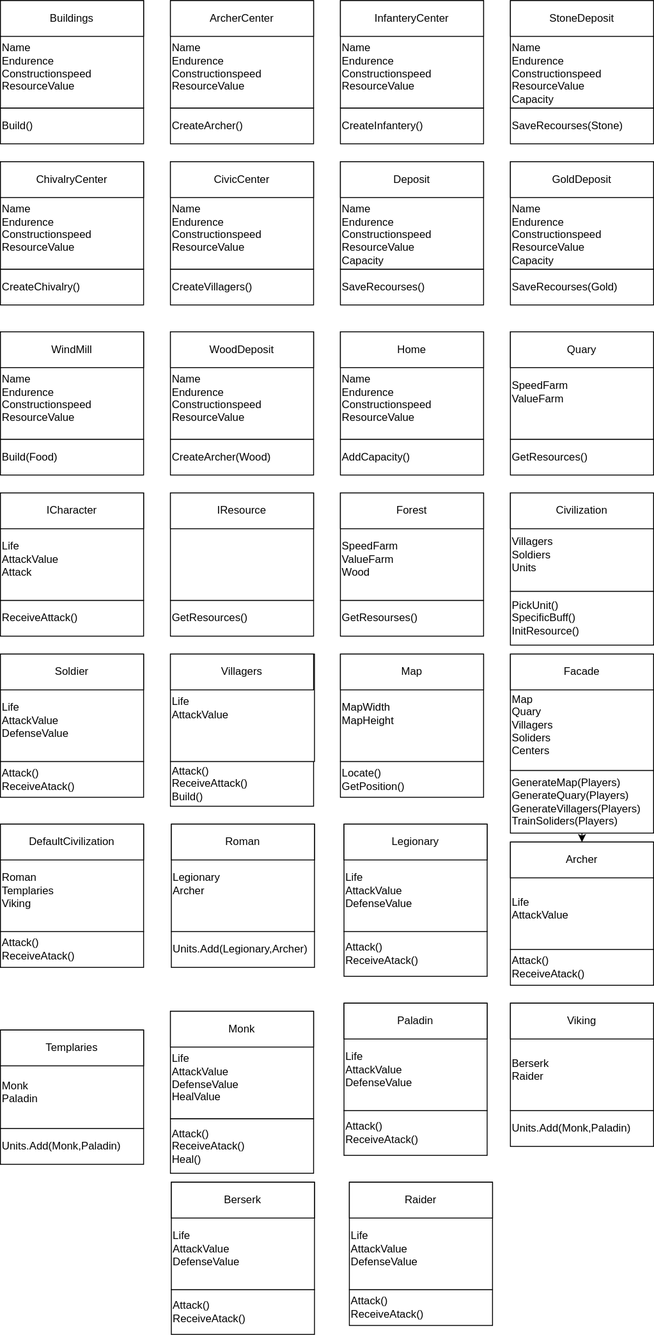
Earlier version of the draw.io export ClassLibrary1/FacadeDirectory/TarjetasCRC.svg (Christian-Curbelo-004/Age-Of-Empires-Project). Source tidied: cells renumbered, new cells last; positions are measured from the earlier drawing's top-left corner, leaving out a move shared by most shapes.
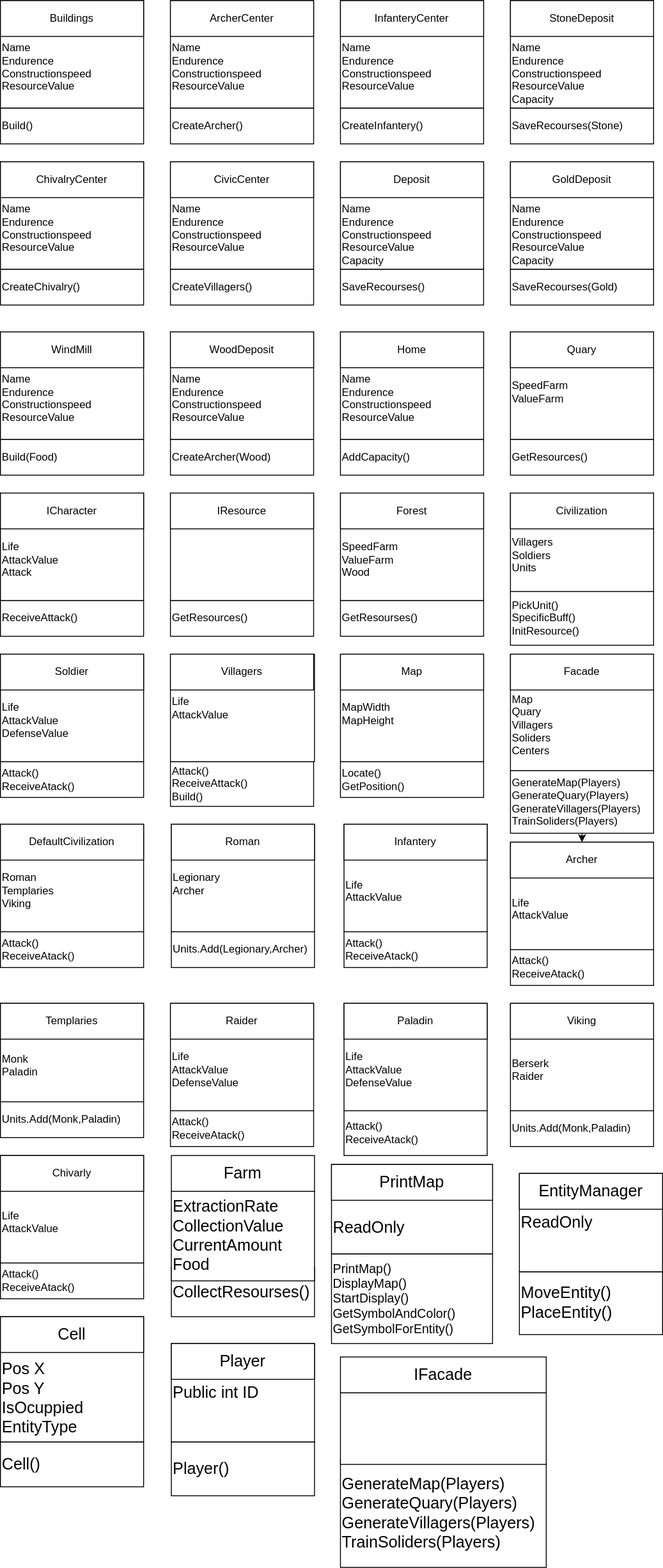
Later version of the same file.

What changed in the source:
```diff
@@ -194,15 +194,6 @@
     <mxCell id="65" value="Roman" style="rounded=0;whiteSpace=wrap;html=1;" parent="1" vertex="1">
       <mxGeometry x="191" y="920" width="160" height="40" as="geometry" />
     </mxCell>
-    <mxCell id="66" value="Attack()&lt;br&gt;ReceiveAtack()&lt;br&gt;" style="rounded=0;whiteSpace=wrap;html=1;align=left;" parent="1" vertex="1">
-      <mxGeometry x="384" y="1040" width="160" height="50" as="geometry" />
-    </mxCell>
-    <mxCell id="67" value="&lt;br&gt;&lt;br&gt;Life&lt;br&gt;AttackValue&lt;br&gt;DefenseValue" style="rounded=0;whiteSpace=wrap;html=1;align=left;" parent="1" vertex="1">
-      <mxGeometry x="384" y="920" width="160" height="120" as="geometry" />
-    </mxCell>
-    <mxCell id="68" value="Legionary" style="rounded=0;whiteSpace=wrap;html=1;" parent="1" vertex="1">
-      <mxGeometry x="384" y="920" width="160" height="40" as="geometry" />
-    </mxCell>
     <mxCell id="69" value="Attack()&lt;br&gt;ReceiveAtack()" style="rounded=0;whiteSpace=wrap;html=1;align=left;" parent="1" vertex="1">
       <mxGeometry x="570" y="1060" width="160" height="40" as="geometry" />
     </mxCell>
@@ -230,44 +221,26 @@
     <mxCell id="77" value="Paladin" style="rounded=0;whiteSpace=wrap;html=1;" parent="1" vertex="1">
       <mxGeometry x="384" y="1120" width="160" height="40" as="geometry" />
     </mxCell>
-    <mxCell id="78" value="Attack()&lt;br&gt;ReceiveAtack()&lt;br&gt;Heal()" style="rounded=0;whiteSpace=wrap;html=1;align=left;" parent="1" vertex="1">
-      <mxGeometry x="190" y="1249" width="160" height="61" as="geometry" />
-    </mxCell>
-    <mxCell id="79" value="&lt;br&gt;&lt;br&gt;Life&lt;br&gt;AttackValue&lt;br&gt;DefenseValue&lt;br&gt;HealValue" style="rounded=0;whiteSpace=wrap;html=1;align=left;" parent="1" vertex="1">
-      <mxGeometry x="190" y="1129" width="160" height="120" as="geometry" />
-    </mxCell>
-    <mxCell id="80" value="Monk" style="rounded=0;whiteSpace=wrap;html=1;" parent="1" vertex="1">
-      <mxGeometry x="190" y="1129" width="160" height="40" as="geometry" />
-    </mxCell>
     <mxCell id="81" value="Units.Add(Monk,Paladin)" style="rounded=0;whiteSpace=wrap;html=1;align=left;" parent="1" vertex="1">
-      <mxGeometry y="1260" width="160" height="40" as="geometry" />
+      <mxGeometry y="1230" width="160" height="40" as="geometry" />
     </mxCell>
     <mxCell id="82" value="&lt;br&gt;&lt;br&gt;Monk&lt;br&gt;Paladin" style="rounded=0;whiteSpace=wrap;html=1;align=left;" parent="1" vertex="1">
-      <mxGeometry y="1150" width="160" height="110" as="geometry" />
+      <mxGeometry y="1120" width="160" height="110" as="geometry" />
     </mxCell>
     <mxCell id="83" value="Templaries" style="rounded=0;whiteSpace=wrap;html=1;" parent="1" vertex="1">
-      <mxGeometry y="1150" width="160" height="40" as="geometry" />
+      <mxGeometry y="1120" width="160" height="40" as="geometry" />
     </mxCell>
-    <mxCell id="84" value="Attack()&lt;br&gt;ReceiveAtack()" style="rounded=0;whiteSpace=wrap;html=1;align=left;" parent="1" vertex="1">
-      <mxGeometry x="191" y="1440" width="160" height="50" as="geometry" />
-    </mxCell>
-    <mxCell id="85" value="&lt;br&gt;&lt;br&gt;Life&lt;br&gt;AttackValue&lt;br&gt;DefenseValue" style="rounded=0;whiteSpace=wrap;html=1;align=left;" parent="1" vertex="1">
-      <mxGeometry x="191" y="1320" width="160" height="120" as="geometry" />
-    </mxCell>
-    <mxCell id="86" value="Berserk" style="rounded=0;whiteSpace=wrap;html=1;" parent="1" vertex="1">
-      <mxGeometry x="191" y="1320" width="160" height="40" as="geometry" />
-    </mxCell>
     <mxCell id="87" style="edgeStyle=orthogonalEdgeStyle;rounded=0;jettySize=auto;html=1;" parent="1" edge="1" source="88" target="90">
       <mxGeometry relative="1" as="geometry" />
     </mxCell>
     <mxCell id="88" value="Attack()&lt;br&gt;ReceiveAtack()" style="rounded=0;whiteSpace=wrap;html=1;align=left;" parent="1" vertex="1">
-      <mxGeometry x="390" y="1440" width="160" height="40" as="geometry" />
+      <mxGeometry x="190" y="1240" width="160" height="40" as="geometry" />
     </mxCell>
     <mxCell id="89" value="&lt;br&gt;&lt;br&gt;Life&lt;br&gt;AttackValue&lt;br&gt;DefenseValue" style="rounded=0;whiteSpace=wrap;html=1;align=left;" parent="1" vertex="1">
-      <mxGeometry x="390" y="1320" width="160" height="120" as="geometry" />
+      <mxGeometry x="190" y="1120" width="160" height="120" as="geometry" />
     </mxCell>
     <mxCell id="90" value="Raider" style="rounded=0;whiteSpace=wrap;html=1;" parent="1" vertex="1">
-      <mxGeometry x="390" y="1320" width="160" height="40" as="geometry" />
+      <mxGeometry x="190" y="1120" width="160" height="40" as="geometry" />
     </mxCell>
     <mxCell id="91" value="Attack()&lt;br&gt;ReceiveAtack()" style="rounded=0;whiteSpace=wrap;html=1;align=left;" parent="1" vertex="1">
       <mxGeometry y="1040" width="160" height="40" as="geometry" />
@@ -281,5 +254,80 @@
     <mxCell id="94" style="edgeStyle=orthogonalEdgeStyle;rounded=0;orthogonalLoop=1;jettySize=auto;html=1;exitX=0.5;exitY=1;exitDx=0;exitDy=0;" parent="1" edge="1" source="62" target="62">
       <mxGeometry relative="1" as="geometry" />
     </mxCell>
+    <mxCell id="95" value="Attack()&lt;br&gt;ReceiveAtack()" style="rounded=0;whiteSpace=wrap;html=1;align=left;" parent="1" vertex="1">
+      <mxGeometry x="384" y="1040" width="160" height="40" as="geometry" />
+    </mxCell>
+    <mxCell id="96" value="&lt;br&gt;&lt;br&gt;Life&lt;br&gt;AttackValue&lt;br&gt;" style="rounded=0;whiteSpace=wrap;html=1;align=left;" parent="1" vertex="1">
+      <mxGeometry x="384" y="920" width="160" height="120" as="geometry" />
+    </mxCell>
+    <mxCell id="97" value="Infantery" style="rounded=0;whiteSpace=wrap;html=1;" parent="1" vertex="1">
+      <mxGeometry x="384" y="920" width="160" height="40" as="geometry" />
+    </mxCell>
+    <mxCell id="98" value="Attack()&lt;br&gt;ReceiveAtack()" style="rounded=0;whiteSpace=wrap;html=1;align=left;" parent="1" vertex="1">
+      <mxGeometry y="1410" width="160" height="40" as="geometry" />
+    </mxCell>
+    <mxCell id="99" value="&lt;br&gt;&lt;br&gt;Life&lt;br&gt;AttackValue&lt;br&gt;" style="rounded=0;whiteSpace=wrap;html=1;align=left;" parent="1" vertex="1">
+      <mxGeometry y="1290" width="160" height="120" as="geometry" />
+    </mxCell>
+    <mxCell id="100" value="Chivarly" style="rounded=0;whiteSpace=wrap;html=1;" parent="1" vertex="1">
+      <mxGeometry y="1290" width="160" height="40" as="geometry" />
+    </mxCell>
+    <mxCell id="101" value="&lt;font style=&quot;font-size: 18px;&quot;&gt;CollectResourses()&lt;/font&gt;" style="rounded=0;whiteSpace=wrap;html=1;align=left;" parent="1" vertex="1">
+      <mxGeometry x="191" y="1415" width="160" height="55" as="geometry" />
+    </mxCell>
+    <mxCell id="102" value="&lt;font style=&quot;font-size: 18px;&quot;&gt;ExtractionRate&lt;/font&gt;&lt;br style=&quot;border-color: var(--border-color); font-size: 18px;&quot;&gt;&lt;span style=&quot;font-size: 18px;&quot;&gt;CollectionValue&lt;/span&gt;&lt;br style=&quot;border-color: var(--border-color); font-size: 18px;&quot;&gt;&lt;span style=&quot;font-size: 18px;&quot;&gt;CurrentAmount&lt;br&gt;Food&lt;br&gt;&lt;/span&gt;" style="rounded=0;whiteSpace=wrap;html=1;align=left;" parent="1" vertex="1">
+      <mxGeometry x="191" y="1330" width="160" height="100" as="geometry" />
+    </mxCell>
+    <mxCell id="103" value="&lt;font style=&quot;font-size: 18px;&quot;&gt;Farm&lt;/font&gt;" style="rounded=0;whiteSpace=wrap;html=1;" parent="1" vertex="1">
+      <mxGeometry x="191" y="1290" width="160" height="40" as="geometry" />
+    </mxCell>
+    <mxCell id="104" value="&lt;font style=&quot;font-size: 18px;&quot;&gt;&lt;br&gt;&lt;br&gt;ReadOnly&lt;/font&gt;" style="rounded=0;whiteSpace=wrap;html=1;align=left;" parent="1" vertex="1">
+      <mxGeometry x="370" y="1300" width="180" height="100" as="geometry" />
+    </mxCell>
+    <mxCell id="105" value="&lt;font style=&quot;font-size: 18px;&quot;&gt;PrintMap&lt;/font&gt;" style="rounded=0;whiteSpace=wrap;html=1;" parent="1" vertex="1">
+      <mxGeometry x="370" y="1300" width="180" height="40" as="geometry" />
+    </mxCell>
+    <mxCell id="106" value="&lt;font style=&quot;&quot;&gt;&lt;font style=&quot;font-size: 14px;&quot;&gt;PrintMap()&lt;br&gt;DisplayMap()&lt;br&gt;StartDisplay()&lt;br&gt;GetSymbolAndColor()&lt;br&gt;GetSymbolForEntity()&lt;/font&gt;&lt;br&gt;&lt;/font&gt;" style="rounded=0;whiteSpace=wrap;html=1;align=left;" parent="1" vertex="1">
+      <mxGeometry x="370" y="1400" width="180" height="100" as="geometry" />
+    </mxCell>
+    <mxCell id="107" value="&lt;font style=&quot;font-size: 18px;&quot;&gt;ReadOnly&lt;/font&gt;" style="rounded=0;whiteSpace=wrap;html=1;align=left;" parent="1" vertex="1">
+      <mxGeometry x="580" y="1310" width="160" height="110" as="geometry" />
+    </mxCell>
+    <mxCell id="108" value="&lt;font style=&quot;font-size: 18px;&quot;&gt;EntityManager&lt;/font&gt;" style="rounded=0;whiteSpace=wrap;html=1;" parent="1" vertex="1">
+      <mxGeometry x="580" y="1310" width="160" height="40" as="geometry" />
+    </mxCell>
+    <mxCell id="109" value="&lt;font style=&quot;font-size: 18px;&quot;&gt;MoveEntity()&lt;br&gt;PlaceEntity()&lt;/font&gt;" style="rounded=0;whiteSpace=wrap;html=1;align=left;" parent="1" vertex="1">
+      <mxGeometry x="580" y="1420" width="160" height="70" as="geometry" />
+    </mxCell>
+    <mxCell id="110" value="&lt;font style=&quot;font-size: 18px;&quot;&gt;Public int ID&lt;/font&gt;" style="rounded=0;whiteSpace=wrap;html=1;align=left;" parent="1" vertex="1">
+      <mxGeometry x="191" y="1500" width="160" height="110" as="geometry" />
+    </mxCell>
+    <mxCell id="111" value="&lt;font style=&quot;font-size: 18px;&quot;&gt;Player&lt;/font&gt;" style="rounded=0;whiteSpace=wrap;html=1;" parent="1" vertex="1">
+      <mxGeometry x="191" y="1500" width="160" height="40" as="geometry" />
+    </mxCell>
+    <mxCell id="112" value="Player()" style="rounded=0;whiteSpace=wrap;html=1;align=left;fontSize=18;" parent="1" vertex="1">
+      <mxGeometry x="191" y="1610" width="160" height="60" as="geometry" />
+    </mxCell>
+    <mxCell id="113" value="&lt;font style=&quot;font-size: 18px;&quot;&gt;&lt;br&gt;&lt;br&gt;Pos X&lt;br&gt;Pos Y&lt;br&gt;IsOcuppied&lt;br&gt;EntityType&lt;br&gt;&lt;/font&gt;" style="rounded=0;whiteSpace=wrap;html=1;align=left;" parent="1" vertex="1">
+      <mxGeometry y="1470" width="160" height="140" as="geometry" />
+    </mxCell>
+    <mxCell id="114" value="&lt;font style=&quot;font-size: 18px;&quot;&gt;Cell&lt;/font&gt;" style="rounded=0;whiteSpace=wrap;html=1;" parent="1" vertex="1">
+      <mxGeometry y="1470" width="160" height="40" as="geometry" />
+    </mxCell>
+    <mxCell id="115" value="Cell()" style="rounded=0;whiteSpace=wrap;html=1;align=left;fontSize=18;" parent="1" vertex="1">
+      <mxGeometry y="1610" width="160" height="50" as="geometry" />
+    </mxCell>
+    <mxCell id="116" value="&lt;font style=&quot;font-size: 18px;&quot;&gt;GenerateMap(Players)&lt;br&gt;GenerateQuary(Players)&lt;br&gt;GenerateVillagers(Players)&lt;br&gt;TrainSoliders(Players)&lt;/font&gt;" style="rounded=0;whiteSpace=wrap;html=1;align=left;" parent="1" vertex="1">
+      <mxGeometry x="380" y="1630" width="230" height="120" as="geometry" />
+    </mxCell>
+    <mxCell id="117" style="rounded=0;whiteSpace=wrap;html=1;align=left;" parent="1" vertex="1">
+      <mxGeometry x="380" y="1555" width="230" height="80" as="geometry" />
+    </mxCell>
+    <mxCell id="118" value="&lt;font style=&quot;font-size: 18px;&quot;&gt;IFacade&lt;/font&gt;" style="rounded=0;whiteSpace=wrap;html=1;" parent="1" vertex="1">
+      <mxGeometry x="380" y="1515" width="230" height="40" as="geometry" />
+    </mxCell>
+    <mxCell id="119" style="edgeStyle=orthogonalEdgeStyle;rounded=0;orthogonalLoop=1;jettySize=auto;html=1;exitX=0.5;exitY=1;exitDx=0;exitDy=0;" parent="1" edge="1" source="118" target="118">
+      <mxGeometry relative="1" as="geometry" />
+    </mxCell>
   </root>
 </mxGraphModel>
```
